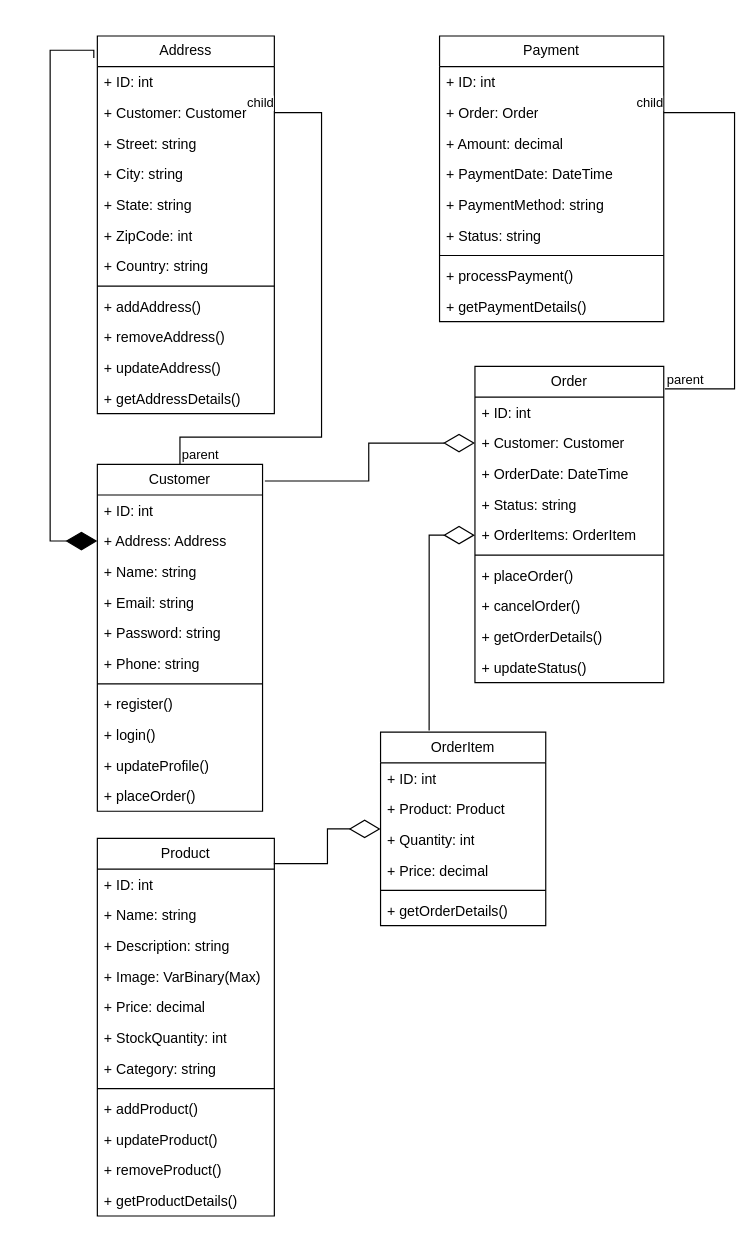
nelson-arrak/Programmeerimine2 keeps this draw.io diagram as e-commerce/e-commerce.drawio. Above is the earlier version. Source tidied: cells renumbered, new cells numbered last; positions are measured from the earlier drawing's top-left corner, leaving out a move shared by most shapes. Both pictures are drawn from the tidied source at 118%, with x=0, y=0 at pixel (50, 35).
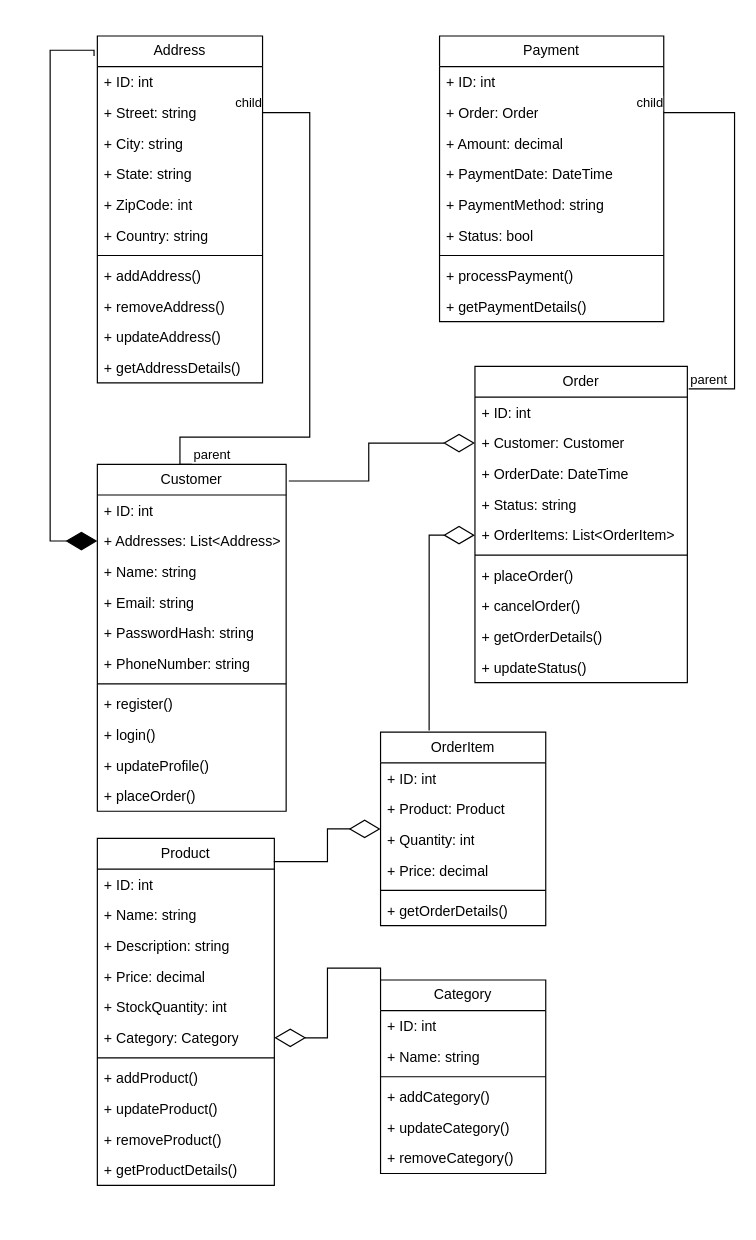
After the change.

Commit message (it also covers changes not shown here):
Update UML based on teachers recommendations

The change refers to these unchanged cells:
```xml
<mxCell id="58" value="Payment" style="swimlane;fontStyle=0;horizontal=1;startSize=26;fillColor=none;whiteSpace=wrap;html=1;" parent="1" vertex="1">
  <mxGeometry x="330" width="190" height="242" as="geometry" />
</mxCell>
```

Change to the diagram source:
```diff
@@
     <mxCell id="2" value="Order" style="swimlane;fontStyle=0;horizontal=1;startSize=26;fillColor=none;whiteSpace=wrap;html=1;" parent="1" vertex="1">
-      <mxGeometry x="360" y="280" width="160" height="268" as="geometry" />
+      <mxGeometry x="360" y="280" width="180" height="268" as="geometry" />
     </mxCell>
     <mxCell id="3" value="+ ID: int" style="text;strokeColor=none;fillColor=none;align=left;verticalAlign=top;spacingLeft=4;spacingRight=4;overflow=hidden;whiteSpace=wrap;html=1;" parent="2" vertex="1">
-      <mxGeometry y="26" width="160" height="26" as="geometry" />
+      <mxGeometry y="26" width="180" height="26" as="geometry" />
     </mxCell>
     <mxCell id="4" value="+ Customer: Customer" style="text;strokeColor=none;fillColor=none;align=left;verticalAlign=top;spacingLeft=4;spacingRight=4;overflow=hidden;points=[[0,0.5],[1,0.5]];portConstraint=eastwest;whiteSpace=wrap;html=1;" parent="2" vertex="1">
-      <mxGeometry y="52" width="160" height="26" as="geometry" />
+      <mxGeometry y="52" width="180" height="26" as="geometry" />
     </mxCell>
     <mxCell id="5" value="+ OrderDate: DateTime" style="text;strokeColor=none;fillColor=none;align=left;verticalAlign=top;spacingLeft=4;spacingRight=4;overflow=hidden;whiteSpace=wrap;html=1;" parent="2" vertex="1">
-      <mxGeometry y="78" width="160" height="26" as="geometry" />
+      <mxGeometry y="78" width="180" height="26" as="geometry" />
     </mxCell>
     <mxCell id="6" value="+ Status: string" style="text;strokeColor=none;fillColor=none;align=left;verticalAlign=top;spacingLeft=4;spacingRight=4;overflow=hidden;whiteSpace=wrap;html=1;" parent="2" vertex="1">
-      <mxGeometry y="104" width="160" height="26" as="geometry" />
+      <mxGeometry y="104" width="180" height="26" as="geometry" />
     </mxCell>
-    <mxCell id="7" value="+ OrderItems: OrderItem" style="text;strokeColor=none;fillColor=none;align=left;verticalAlign=top;spacingLeft=4;spacingRight=4;overflow=hidden;points=[[0,0.5],[1,0.5]];portConstraint=eastwest;whiteSpace=wrap;html=1;" parent="2" vertex="1">
-      <mxGeometry y="130" width="160" height="26" as="geometry" />
+    <mxCell id="7" value="+ OrderItems: List&amp;lt;OrderItem&amp;gt;" style="text;strokeColor=none;fillColor=none;align=left;verticalAlign=top;spacingLeft=4;spacingRight=4;overflow=hidden;points=[[0,0.5],[1,0.5]];portConstraint=eastwest;whiteSpace=wrap;html=1;" parent="2" vertex="1">
+      <mxGeometry y="130" width="180" height="26" as="geometry" />
     </mxCell>
     <mxCell id="8" style="line;strokeWidth=1;fillColor=none;align=left;verticalAlign=middle;spacingTop=-1;spacingLeft=3;spacingRight=3;labelPosition=right;strokeColor=inherit;" parent="2" vertex="1">
-      <mxGeometry y="156" width="160" height="8" as="geometry" />
+      <mxGeometry y="156" width="180" height="8" as="geometry" />
     </mxCell>
     <mxCell id="9" value="+ placeOrder()" style="text;strokeColor=none;fillColor=none;align=left;verticalAlign=top;spacingLeft=4;spacingRight=4;overflow=hidden;whiteSpace=wrap;html=1;" parent="2" vertex="1">
-      <mxGeometry y="164" width="160" height="26" as="geometry" />
+      <mxGeometry y="164" width="180" height="26" as="geometry" />
     </mxCell>
     <mxCell id="10" value="+ cancelOrder()" style="text;strokeColor=none;fillColor=none;align=left;verticalAlign=top;spacingLeft=4;spacingRight=4;overflow=hidden;whiteSpace=wrap;html=1;" parent="2" vertex="1">
-      <mxGeometry y="190" width="160" height="26" as="geometry" />
+      <mxGeometry y="190" width="180" height="26" as="geometry" />
     </mxCell>
     <mxCell id="11" value="+ getOrderDetails()" style="text;strokeColor=none;fillColor=none;align=left;verticalAlign=top;spacingLeft=4;spacingRight=4;overflow=hidden;whiteSpace=wrap;html=1;" parent="2" vertex="1">
-      <mxGeometry y="216" width="160" height="26" as="geometry" />
+      <mxGeometry y="216" width="180" height="26" as="geometry" />
     </mxCell>
     <mxCell id="12" value="+ updateStatus()" style="text;strokeColor=none;fillColor=none;align=left;verticalAlign=top;spacingLeft=4;spacingRight=4;overflow=hidden;whiteSpace=wrap;html=1;" parent="2" vertex="1">
-      <mxGeometry y="242" width="160" height="26" as="geometry" />
+      <mxGeometry y="242" width="180" height="26" as="geometry" />
     </mxCell>
     <mxCell id="13" value="Address" style="swimlane;fontStyle=0;horizontal=1;startSize=26;fillColor=none;whiteSpace=wrap;html=1;" parent="1" vertex="1">
-      <mxGeometry x="40" width="150" height="320" as="geometry" />
+      <mxGeometry x="40" width="140" height="294" as="geometry" />
     </mxCell>
     <mxCell id="14" value="+ ID: int" style="text;strokeColor=none;fillColor=none;align=left;verticalAlign=top;spacingLeft=4;spacingRight=4;overflow=hidden;whiteSpace=wrap;html=1;" parent="13" vertex="1">
-      <mxGeometry y="26" width="150" height="26" as="geometry" />
+      <mxGeometry y="26" width="140" height="26" as="geometry" />
     </mxCell>
-    <mxCell id="15" value="+ Customer: Customer" style="text;strokeColor=none;fillColor=none;align=left;verticalAlign=top;spacingLeft=4;spacingRight=4;overflow=hidden;points=[[0,0.5],[1,0.5]];portConstraint=eastwest;whiteSpace=wrap;html=1;" parent="13" vertex="1">
-      <mxGeometry y="52" width="150" height="26" as="geometry" />
-    </mxCell>
     <mxCell id="16" value="+ Street: string" style="text;strokeColor=none;fillColor=none;align=left;verticalAlign=top;spacingLeft=4;spacingRight=4;overflow=hidden;points=[[0,0.5],[1,0.5]];portConstraint=eastwest;whiteSpace=wrap;html=1;" parent="13" vertex="1">
-      <mxGeometry y="78" width="150" height="26" as="geometry" />
+      <mxGeometry y="52" width="140" height="26" as="geometry" />
     </mxCell>
     <mxCell id="17" value="+ City: string" style="text;strokeColor=none;fillColor=none;align=left;verticalAlign=top;spacingLeft=4;spacingRight=4;overflow=hidden;whiteSpace=wrap;html=1;" parent="13" vertex="1">
-      <mxGeometry y="104" width="150" height="26" as="geometry" />
+      <mxGeometry y="78" width="140" height="26" as="geometry" />
     </mxCell>
     <mxCell id="18" value="+ State: string" style="text;strokeColor=none;fillColor=none;align=left;verticalAlign=top;spacingLeft=4;spacingRight=4;overflow=hidden;whiteSpace=wrap;html=1;" parent="13" vertex="1">
-      <mxGeometry y="130" width="150" height="26" as="geometry" />
+      <mxGeometry y="104" width="140" height="26" as="geometry" />
     </mxCell>
     <mxCell id="19" value="+ ZipCode: int" style="text;strokeColor=none;fillColor=none;align=left;verticalAlign=top;spacingLeft=4;spacingRight=4;overflow=hidden;whiteSpace=wrap;html=1;" parent="13" vertex="1">
-      <mxGeometry y="156" width="150" height="26" as="geometry" />
+      <mxGeometry y="130" width="140" height="26" as="geometry" />
     </mxCell>
     <mxCell id="20" value="+ Country: string" style="text;strokeColor=none;fillColor=none;align=left;verticalAlign=top;spacingLeft=4;spacingRight=4;overflow=hidden;whiteSpace=wrap;html=1;" parent="13" vertex="1">
-      <mxGeometry y="182" width="150" height="26" as="geometry" />
+      <mxGeometry y="156" width="140" height="26" as="geometry" />
     </mxCell>
     <mxCell id="21" style="line;strokeWidth=1;fillColor=none;align=left;verticalAlign=middle;spacingTop=-1;spacingLeft=3;spacingRight=3;labelPosition=right;strokeColor=inherit;" parent="13" vertex="1">
-      <mxGeometry y="208" width="150" height="8" as="geometry" />
+      <mxGeometry y="182" width="140" height="8" as="geometry" />
     </mxCell>
     <mxCell id="22" value="+ addAddress()" style="text;strokeColor=none;fillColor=none;align=left;verticalAlign=top;spacingLeft=4;spacingRight=4;overflow=hidden;whiteSpace=wrap;html=1;" parent="13" vertex="1">
-      <mxGeometry y="216" width="150" height="26" as="geometry" />
+      <mxGeometry y="190" width="140" height="26" as="geometry" />
     </mxCell>
     <mxCell id="23" value="+ removeAddress()" style="text;strokeColor=none;fillColor=none;align=left;verticalAlign=top;spacingLeft=4;spacingRight=4;overflow=hidden;whiteSpace=wrap;html=1;" parent="13" vertex="1">
-      <mxGeometry y="242" width="150" height="26" as="geometry" />
+      <mxGeometry y="216" width="140" height="26" as="geometry" />
     </mxCell>
     <mxCell id="24" value="+ updateAddress()" style="text;strokeColor=none;fillColor=none;align=left;verticalAlign=top;spacingLeft=4;spacingRight=4;overflow=hidden;whiteSpace=wrap;html=1;" parent="13" vertex="1">
-      <mxGeometry y="268" width="150" height="26" as="geometry" />
+      <mxGeometry y="242" width="140" height="26" as="geometry" />
     </mxCell>
     <mxCell id="25" value="+ getAddressDetails()" style="text;strokeColor=none;fillColor=none;align=left;verticalAlign=top;spacingLeft=4;spacingRight=4;overflow=hidden;whiteSpace=wrap;html=1;" parent="13" vertex="1">
-      <mxGeometry y="294" width="150" height="26" as="geometry" />
+      <mxGeometry y="268" width="140" height="26" as="geometry" />
     </mxCell>
     <mxCell id="26" value="Product" style="swimlane;fontStyle=0;horizontal=1;startSize=26;fillColor=none;whiteSpace=wrap;html=1;" parent="1" vertex="1">
-      <mxGeometry x="40" y="680" width="150" height="320" as="geometry" />
+      <mxGeometry x="40" y="680" width="150" height="294" as="geometry" />
     </mxCell>
@@
-    <mxCell id="30" value="+ Image: VarBinary(Max)" style="text;strokeColor=none;fillColor=none;align=left;verticalAlign=top;spacingLeft=4;spacingRight=4;overflow=hidden;whiteSpace=wrap;html=1;" parent="26" vertex="1">
-      <mxGeometry y="104" width="150" height="26" as="geometry" />
-    </mxCell>
     <mxCell id="31" value="+ Price: decimal" style="text;strokeColor=none;fillColor=none;align=left;verticalAlign=top;spacingLeft=4;spacingRight=4;overflow=hidden;whiteSpace=wrap;html=1;" parent="26" vertex="1">
-      <mxGeometry y="130" width="150" height="26" as="geometry" />
+      <mxGeometry y="104" width="150" height="26" as="geometry" />
     </mxCell>
     <mxCell id="32" value="+ StockQuantity: int" style="text;strokeColor=none;fillColor=none;align=left;verticalAlign=top;spacingLeft=4;spacingRight=4;overflow=hidden;whiteSpace=wrap;html=1;" parent="26" vertex="1">
-      <mxGeometry y="156" width="150" height="26" as="geometry" />
+      <mxGeometry y="130" width="150" height="26" as="geometry" />
     </mxCell>
-    <mxCell id="33" value="+ Category: string" style="text;strokeColor=none;fillColor=none;align=left;verticalAlign=top;spacingLeft=4;spacingRight=4;overflow=hidden;points=[[0,0.5],[1,0.5]];portConstraint=eastwest;whiteSpace=wrap;html=1;" parent="26" vertex="1">
-      <mxGeometry y="182" width="150" height="26" as="geometry" />
+    <mxCell id="33" value="+ Category: Category" style="text;strokeColor=none;fillColor=none;align=left;verticalAlign=top;spacingLeft=4;spacingRight=4;overflow=hidden;points=[[0,0.5],[1,0.5]];portConstraint=eastwest;whiteSpace=wrap;html=1;" parent="26" vertex="1">
+      <mxGeometry y="156" width="150" height="26" as="geometry" />
     </mxCell>
     <mxCell id="34" style="line;strokeWidth=1;fillColor=none;align=left;verticalAlign=middle;spacingTop=-1;spacingLeft=3;spacingRight=3;labelPosition=right;strokeColor=inherit;" parent="26" vertex="1">
-      <mxGeometry y="208" width="150" height="8" as="geometry" />
+      <mxGeometry y="182" width="150" height="8" as="geometry" />
     </mxCell>
     <mxCell id="35" value="+ addProduct()" style="text;strokeColor=none;fillColor=none;align=left;verticalAlign=top;spacingLeft=4;spacingRight=4;overflow=hidden;whiteSpace=wrap;html=1;" parent="26" vertex="1">
-      <mxGeometry y="216" width="150" height="26" as="geometry" />
+      <mxGeometry y="190" width="150" height="26" as="geometry" />
     </mxCell>
     <mxCell id="36" value="+ updateProduct()" style="text;strokeColor=none;fillColor=none;align=left;verticalAlign=top;spacingLeft=4;spacingRight=4;overflow=hidden;whiteSpace=wrap;html=1;" parent="26" vertex="1">
-      <mxGeometry y="242" width="150" height="26" as="geometry" />
+      <mxGeometry y="216" width="150" height="26" as="geometry" />
     </mxCell>
     <mxCell id="37" value="+ removeProduct()" style="text;strokeColor=none;fillColor=none;align=left;verticalAlign=top;spacingLeft=4;spacingRight=4;overflow=hidden;whiteSpace=wrap;html=1;" parent="26" vertex="1">
-      <mxGeometry y="268" width="150" height="26" as="geometry" />
+      <mxGeometry y="242" width="150" height="26" as="geometry" />
     </mxCell>
     <mxCell id="38" value="+ getProductDetails()" style="text;strokeColor=none;fillColor=none;align=left;verticalAlign=top;spacingLeft=4;spacingRight=4;overflow=hidden;whiteSpace=wrap;html=1;" parent="26" vertex="1">
-      <mxGeometry y="294" width="150" height="26" as="geometry" />
+      <mxGeometry y="268" width="150" height="26" as="geometry" />
     </mxCell>
     <mxCell id="39" value="Customer" style="swimlane;fontStyle=0;horizontal=1;startSize=26;fillColor=none;whiteSpace=wrap;html=1;" parent="1" vertex="1">
-      <mxGeometry x="40" y="363" width="140" height="294" as="geometry" />
+      <mxGeometry x="40" y="363" width="160" height="294" as="geometry" />
     </mxCell>
     <mxCell id="40" value="+ ID: int" style="text;strokeColor=none;fillColor=none;align=left;verticalAlign=top;spacingLeft=4;spacingRight=4;overflow=hidden;whiteSpace=wrap;html=1;" parent="39" vertex="1">
-      <mxGeometry y="26" width="140" height="26" as="geometry" />
+      <mxGeometry y="26" width="160" height="26" as="geometry" />
     </mxCell>
-    <mxCell id="41" value="+ Address: Address" style="text;strokeColor=none;fillColor=none;align=left;verticalAlign=top;spacingLeft=4;spacingRight=4;overflow=hidden;points=[[0,0.5],[1,0.5]];portConstraint=eastwest;whiteSpace=wrap;html=1;" parent="39" vertex="1">
-      <mxGeometry y="52" width="140" height="26" as="geometry" />
+    <mxCell id="41" value="+ Addresses: List&amp;lt;Address&amp;gt;" style="text;strokeColor=none;fillColor=none;align=left;verticalAlign=top;spacingLeft=4;spacingRight=4;overflow=hidden;points=[[0,0.5],[1,0.5]];portConstraint=eastwest;whiteSpace=wrap;html=1;" parent="39" vertex="1">
+      <mxGeometry y="52" width="160" height="26" as="geometry" />
     </mxCell>
     <mxCell id="42" value="+ Name: string" style="text;strokeColor=none;fillColor=none;align=left;verticalAlign=top;spacingLeft=4;spacingRight=4;overflow=hidden;whiteSpace=wrap;html=1;" parent="39" vertex="1">
-      <mxGeometry y="78" width="140" height="26" as="geometry" />
+      <mxGeometry y="78" width="160" height="26" as="geometry" />
     </mxCell>
     <mxCell id="43" value="+ Email: string" style="text;strokeColor=none;fillColor=none;align=left;verticalAlign=top;spacingLeft=4;spacingRight=4;overflow=hidden;whiteSpace=wrap;html=1;" parent="39" vertex="1">
-      <mxGeometry y="104" width="140" height="26" as="geometry" />
+      <mxGeometry y="104" width="160" height="26" as="geometry" />
     </mxCell>
-    <mxCell id="44" value="+ Password: string" style="text;strokeColor=none;fillColor=none;align=left;verticalAlign=top;spacingLeft=4;spacingRight=4;overflow=hidden;whiteSpace=wrap;html=1;" parent="39" vertex="1">
-      <mxGeometry y="130" width="140" height="26" as="geometry" />
+    <mxCell id="44" value="+ PasswordHash: string" style="text;strokeColor=none;fillColor=none;align=left;verticalAlign=top;spacingLeft=4;spacingRight=4;overflow=hidden;whiteSpace=wrap;html=1;" parent="39" vertex="1">
+      <mxGeometry y="130" width="160" height="26" as="geometry" />
     </mxCell>
-    <mxCell id="45" value="+ Phone: string" style="text;strokeColor=none;fillColor=none;align=left;verticalAlign=top;spacingLeft=4;spacingRight=4;overflow=hidden;whiteSpace=wrap;html=1;" parent="39" vertex="1">
-      <mxGeometry y="156" width="140" height="26" as="geometry" />
+    <mxCell id="45" value="+ PhoneNumber: string" style="text;strokeColor=none;fillColor=none;align=left;verticalAlign=top;spacingLeft=4;spacingRight=4;overflow=hidden;whiteSpace=wrap;html=1;" parent="39" vertex="1">
+      <mxGeometry y="156" width="160" height="26" as="geometry" />
     </mxCell>
     <mxCell id="46" style="line;strokeWidth=1;fillColor=none;align=left;verticalAlign=middle;spacingTop=-1;spacingLeft=3;spacingRight=3;labelPosition=right;strokeColor=inherit;" parent="39" vertex="1">
-      <mxGeometry y="182" width="140" height="8" as="geometry" />
+      <mxGeometry y="182" width="160" height="8" as="geometry" />
     </mxCell>
     <mxCell id="47" value="+ register()" style="text;strokeColor=none;fillColor=none;align=left;verticalAlign=top;spacingLeft=4;spacingRight=4;overflow=hidden;whiteSpace=wrap;html=1;" parent="39" vertex="1">
-      <mxGeometry y="190" width="140" height="26" as="geometry" />
+      <mxGeometry y="190" width="160" height="26" as="geometry" />
     </mxCell>
     <mxCell id="48" value="+ login()" style="text;strokeColor=none;fillColor=none;align=left;verticalAlign=top;spacingLeft=4;spacingRight=4;overflow=hidden;whiteSpace=wrap;html=1;" parent="39" vertex="1">
-      <mxGeometry y="216" width="140" height="26" as="geometry" />
+      <mxGeometry y="216" width="160" height="26" as="geometry" />
     </mxCell>
     <mxCell id="49" value="+ updateProfile()" style="text;strokeColor=none;fillColor=none;align=left;verticalAlign=top;spacingLeft=4;spacingRight=4;overflow=hidden;whiteSpace=wrap;html=1;" parent="39" vertex="1">
-      <mxGeometry y="242" width="140" height="26" as="geometry" />
+      <mxGeometry y="242" width="160" height="26" as="geometry" />
     </mxCell>
     <mxCell id="50" value="+ placeOrder()" style="text;strokeColor=none;fillColor=none;align=left;verticalAlign=top;spacingLeft=4;spacingRight=4;overflow=hidden;whiteSpace=wrap;html=1;" parent="39" vertex="1">
-      <mxGeometry y="268" width="140" height="26" as="geometry" />
+      <mxGeometry y="268" width="160" height="26" as="geometry" />
     </mxCell>
@@
-    <mxCell id="64" value="+ Status: string" style="text;strokeColor=none;fillColor=none;align=left;verticalAlign=top;spacingLeft=4;spacingRight=4;overflow=hidden;whiteSpace=wrap;html=1;" parent="58" vertex="1">
+    <mxCell id="64" value="+ Status: bool" style="text;strokeColor=none;fillColor=none;align=left;verticalAlign=top;spacingLeft=4;spacingRight=4;overflow=hidden;whiteSpace=wrap;html=1;" parent="58" vertex="1">
       <mxGeometry y="156" width="190" height="26" as="geometry" />
     </mxCell>
@@
-    <mxCell id="73" style="endArrow=none;html=1;edgeStyle=orthogonalEdgeStyle;rounded=0;exitX=0.5;exitY=0;exitDx=0;exitDy=0;entryX=1;entryY=0.5;entryDx=0;entryDy=0;" parent="1" edge="1" source="39" target="15">
+    <mxCell id="73" style="endArrow=none;html=1;edgeStyle=orthogonalEdgeStyle;rounded=0;exitX=0.5;exitY=0;exitDx=0;exitDy=0;entryX=1;entryY=0.5;entryDx=0;entryDy=0;" parent="1" edge="1" source="39" target="16">
       <mxGeometry relative="1" as="geometry">
         <Array as="points">
           <mxPoint x="110" y="340" />
-          <mxPoint x="230" y="340" />
-          <mxPoint x="230" y="65" />
+          <mxPoint x="220" y="340" />
+          <mxPoint x="220" y="65" />
         </Array>
       </mxGeometry>
     </mxCell>
@@
+    <mxCell id="78" value="Category" style="swimlane;fontStyle=0;horizontal=1;startSize=26;fillColor=none;whiteSpace=wrap;html=1;" parent="1" vertex="1">
+      <mxGeometry x="280" y="800" width="140" height="164" as="geometry" />
+    </mxCell>
+    <mxCell id="79" value="+ ID: int" style="text;strokeColor=none;fillColor=none;align=left;verticalAlign=top;spacingLeft=4;spacingRight=4;overflow=hidden;whiteSpace=wrap;html=1;" parent="78" vertex="1">
+      <mxGeometry y="26" width="140" height="26" as="geometry" />
+    </mxCell>
+    <mxCell id="80" value="+ Name: string" style="text;strokeColor=none;fillColor=none;align=left;verticalAlign=top;spacingLeft=4;spacingRight=4;overflow=hidden;whiteSpace=wrap;html=1;" parent="78" vertex="1">
+      <mxGeometry y="52" width="140" height="26" as="geometry" />
+    </mxCell>
+    <mxCell id="81" style="line;strokeWidth=1;fillColor=none;align=left;verticalAlign=middle;spacingTop=-1;spacingLeft=3;spacingRight=3;labelPosition=right;strokeColor=inherit;" parent="78" vertex="1">
+      <mxGeometry y="78" width="140" height="8" as="geometry" />
+    </mxCell>
+    <mxCell id="82" value="+ addCategory()" style="text;strokeColor=none;fillColor=none;align=left;verticalAlign=top;spacingLeft=4;spacingRight=4;overflow=hidden;whiteSpace=wrap;html=1;" parent="78" vertex="1">
+      <mxGeometry y="86" width="140" height="26" as="geometry" />
+    </mxCell>
+    <mxCell id="83" value="+ updateCategory()" style="text;strokeColor=none;fillColor=none;align=left;verticalAlign=top;spacingLeft=4;spacingRight=4;overflow=hidden;whiteSpace=wrap;html=1;" parent="78" vertex="1">
+      <mxGeometry y="112" width="140" height="26" as="geometry" />
+    </mxCell>
+    <mxCell id="84" value="+ removeCategory()" style="text;strokeColor=none;fillColor=none;align=left;verticalAlign=top;spacingLeft=4;spacingRight=4;overflow=hidden;whiteSpace=wrap;html=1;" parent="78" vertex="1">
+      <mxGeometry y="138" width="140" height="26" as="geometry" />
+    </mxCell>
+    <mxCell id="85" style="endArrow=diamondThin;endFill=0;endSize=24;html=1;rounded=0;entryX=1;entryY=0.5;entryDx=0;entryDy=0;exitX=0;exitY=0;exitDx=0;exitDy=0;edgeStyle=orthogonalEdgeStyle;" parent="1" edge="1" source="78" target="33">
+      <mxGeometry relative="1" as="geometry" />
+    </mxCell>
```
